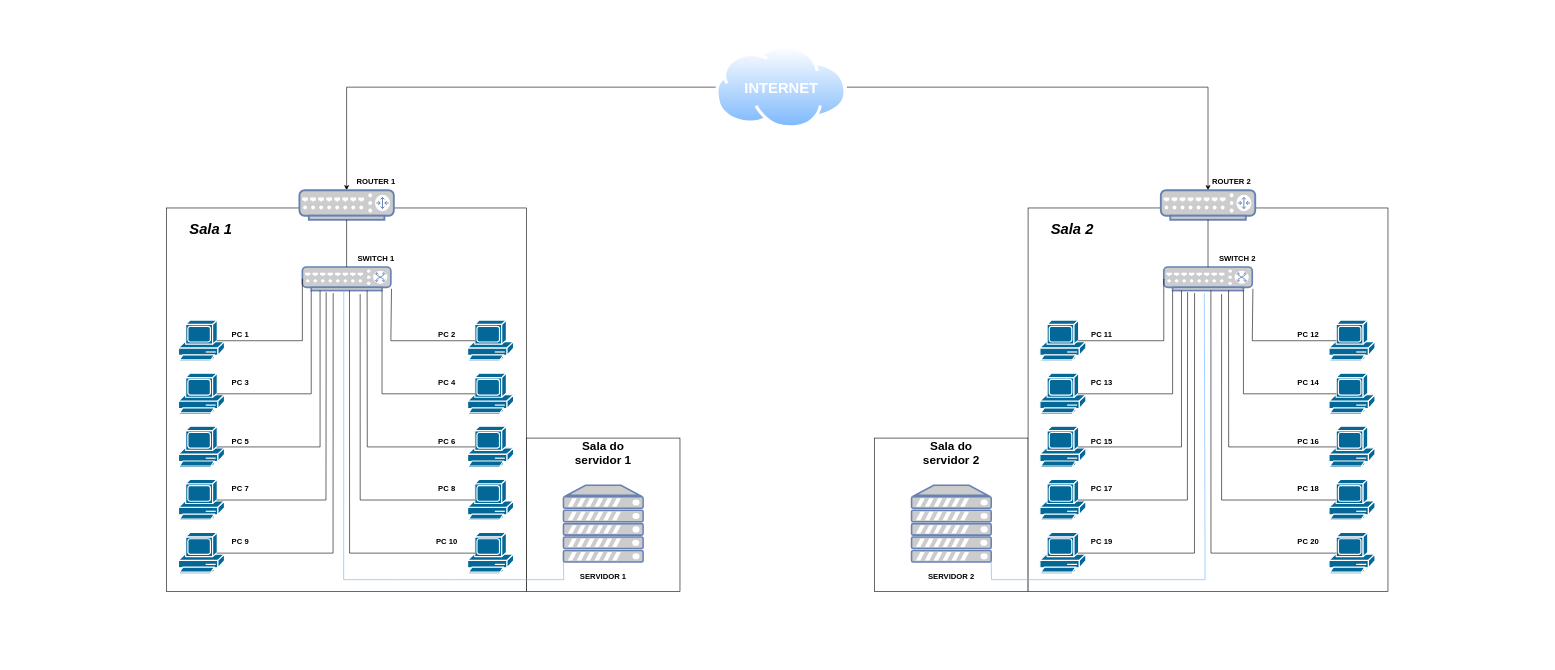
Earlier version of the draw.io diagram SprintNetwork.drawio (PanaceaInnovation/PannaceaInnovation-Network). Source tidied: cells renumbered, new cells numbered last; positions are measured from the earlier drawing's top-left corner, leaving out a move shared by most shapes. Both pictures are drawn from the tidied source at 59%, with x=0, y=0 at pixel (166, 45).
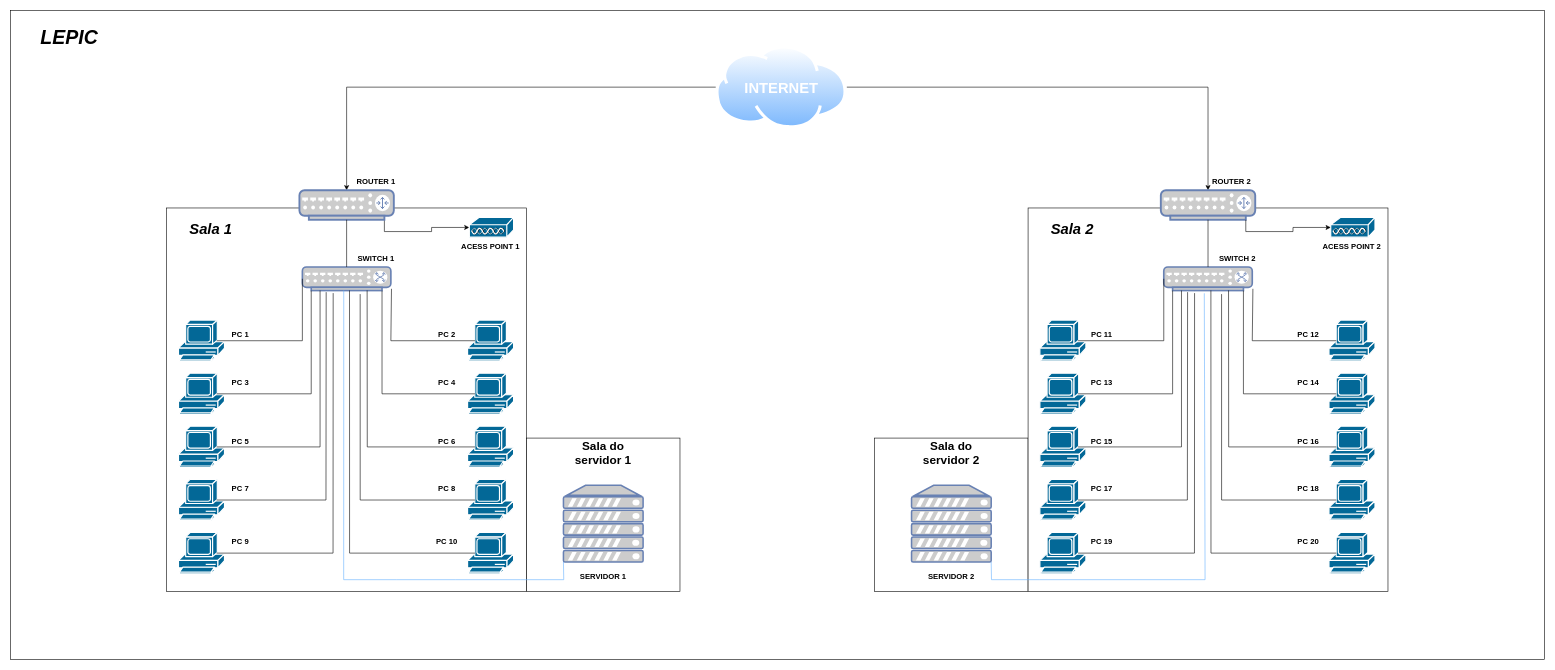
After the change.

Unchanged cells that the change refers to:
```xml
<mxCell id="7" style="fontColor=#0066CC;verticalAlign=top;verticalLabelPosition=bottom;labelPosition=center;align=center;html=1;outlineConnect=0;fillColor=#CCCCCC;strokeColor=#6881B3;gradientColor=none;gradientDirection=north;strokeWidth=2;shape=mxgraph.networks.router;" parent="1" vertex="1">
  <mxGeometry x="225" y="245" width="160" height="50" as="geometry" />
</mxCell>
<mxCell id="53" style="fontColor=#0066CC;verticalAlign=top;verticalLabelPosition=bottom;labelPosition=center;align=center;html=1;outlineConnect=0;fillColor=#CCCCCC;strokeColor=#6881B3;gradientColor=none;gradientDirection=north;strokeWidth=2;shape=mxgraph.networks.router;" parent="1" vertex="1">
  <mxGeometry x="1685" y="245" width="160" height="50" as="geometry" />
</mxCell>
```

Diff of the diagram source:
```diff
@@
+    <mxCell id="90" style="rounded=0;whiteSpace=wrap;html=1;" parent="1" vertex="1">
+      <mxGeometry x="-265" y="-60" width="2600" height="1100" as="geometry" />
+    </mxCell>
@@
+    <mxCell id="91" style="edgeStyle=orthogonalEdgeStyle;rounded=0;jettySize=auto;html=1;exitX=0.9;exitY=1;exitDx=0;exitDy=0;exitPerimeter=0;" parent="1" edge="1" source="7" target="92">
+      <mxGeometry relative="1" as="geometry" />
+    </mxCell>
@@
+    <mxCell id="92" style="shape=mxgraph.cisco.misc.access_point;html=1;dashed=0;fillColor=#036897;strokeColor=#ffffff;strokeWidth=2;verticalLabelPosition=bottom;verticalAlign=top;align=center;outlineConnect=0;" parent="1" vertex="1">
+      <mxGeometry x="513" y="291" width="75" height="34" as="geometry" />
+    </mxCell>
+    <mxCell id="93" value="&lt;font style=&quot;font-size: 33px;&quot;&gt;LEPIC&lt;/font&gt;" style="rounded=0;whiteSpace=wrap;html=1;strokeColor=none;fillColor=none;strokeWidth=2;fontSize=25;fontStyle=3;" parent="1" vertex="1">
+      <mxGeometry x="-240" y="-29.8" width="150" height="30" as="geometry" />
+    </mxCell>
+    <mxCell id="94" value="&lt;div&gt;ACESS POINT 1&lt;/div&gt;" style="rounded=0;whiteSpace=wrap;html=1;strokeColor=none;fillColor=none;strokeWidth=2;fontSize=13;fontStyle=1;" parent="1" vertex="1">
+      <mxGeometry x="484" y="325" width="130" height="30" as="geometry" />
+    </mxCell>
+    <mxCell id="95" style="shape=mxgraph.cisco.misc.access_point;html=1;dashed=0;fillColor=#036897;strokeColor=#ffffff;strokeWidth=2;verticalLabelPosition=bottom;verticalAlign=top;align=center;outlineConnect=0;" parent="1" vertex="1">
+      <mxGeometry x="1973" y="291" width="75" height="34" as="geometry" />
+    </mxCell>
+    <mxCell id="96" value="&lt;div&gt;ACESS POINT 2&lt;/div&gt;" style="rounded=0;whiteSpace=wrap;html=1;strokeColor=none;fillColor=none;strokeWidth=2;fontSize=13;fontStyle=1;" parent="1" vertex="1">
+      <mxGeometry x="1944" y="325" width="130" height="30" as="geometry" />
+    </mxCell>
+    <mxCell id="97" style="edgeStyle=orthogonalEdgeStyle;rounded=0;jettySize=auto;html=1;exitX=0.9;exitY=1;exitDx=0;exitDy=0;exitPerimeter=0;entryX=0;entryY=0.5;entryDx=0;entryDy=0;entryPerimeter=0;" parent="1" edge="1" source="53" target="95">
+      <mxGeometry relative="1" as="geometry" />
+    </mxCell>
```
